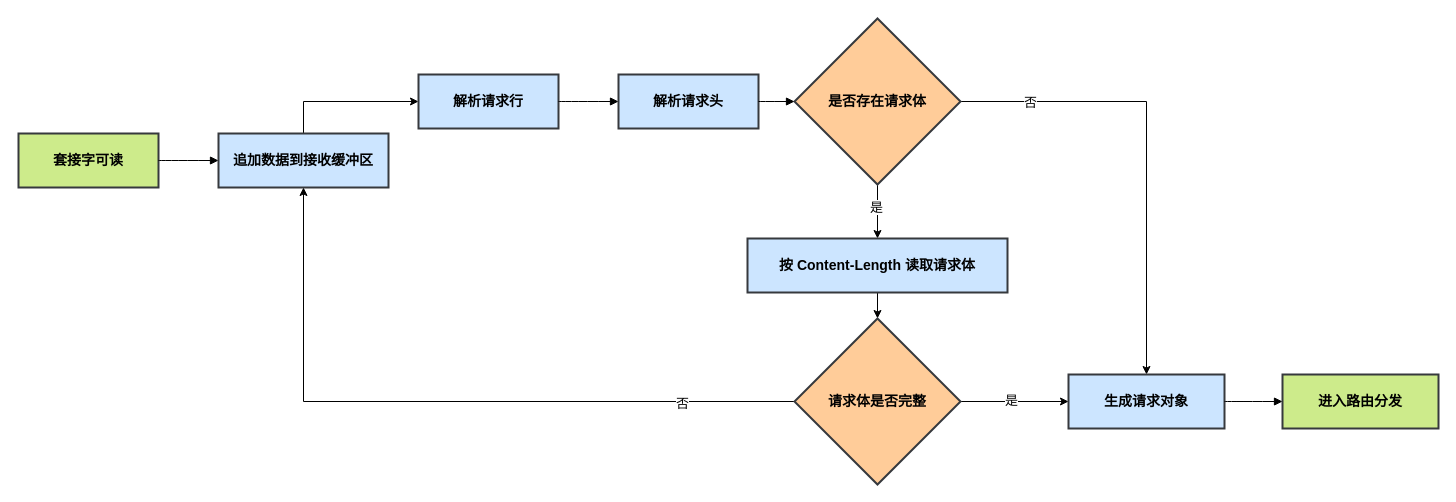
vldzyzy/special-waffle keeps this draw.io diagram as 状态机.drawio. Above is the earlier version. Source tidied: cells renumbered, new cells numbered last; positions are measured from the earlier drawing's top-left corner, leaving out a move shared by most shapes. Both pictures are drawn from the tidied source at 100%, with x=0, y=0 at pixel (18, 18).
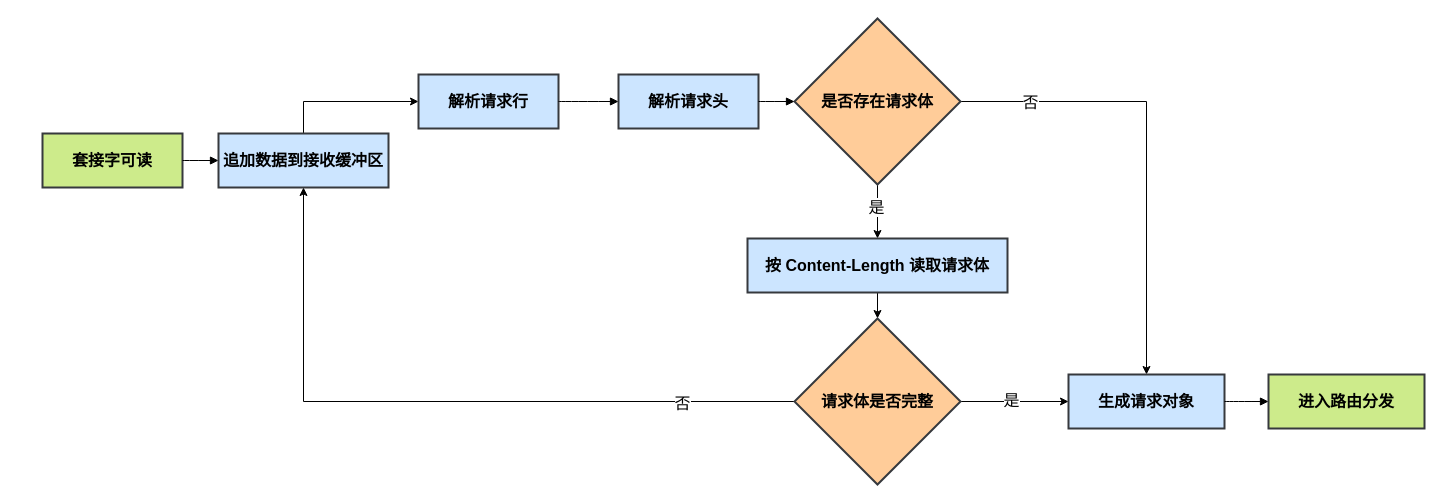
Above is the later version.

Commit message:
更新状态机.drawio

The change refers to these unchanged cells:
```xml
<mxCell id="7" style="edgeStyle=orthogonalEdgeStyle;rounded=0;jettySize=auto;html=1;exitX=0.5;exitY=1;exitDx=0;exitDy=0;entryX=0.5;entryY=0;entryDx=0;entryDy=0;" parent="1" edge="1" source="11" target="14">
  <mxGeometry relative="1" as="geometry" />
</mxCell>
<mxCell id="9" style="edgeStyle=orthogonalEdgeStyle;rounded=0;jettySize=auto;html=1;exitX=1;exitY=0.5;exitDx=0;exitDy=0;entryX=0.5;entryY=0;entryDx=0;entryDy=0;" parent="1" edge="1" source="11" target="12">
  <mxGeometry relative="1" as="geometry" />
</mxCell>
<mxCell id="15" style="edgeStyle=orthogonalEdgeStyle;rounded=0;jettySize=auto;html=1;exitX=1;exitY=0.5;exitDx=0;exitDy=0;entryX=0;entryY=0.5;entryDx=0;entryDy=0;" parent="1" edge="1" source="19" target="12">
  <mxGeometry relative="1" as="geometry" />
</mxCell>
```

Diff of the diagram source:
```diff
@@
-    <mxCell id="2" value="套接字可读" style="whiteSpace=wrap;strokeWidth=2;fillColor=#cdeb8b;strokeColor=#36393d;fontSize=14;fontStyle=1;" parent="1" vertex="1">
-      <mxGeometry y="115" width="140" height="54" as="geometry" />
+    <mxCell id="2" value="套接字可读" style="whiteSpace=wrap;strokeWidth=2;fillColor=#cdeb8b;strokeColor=#36393d;fontSize=16;fontStyle=1;" parent="1" vertex="1">
+      <mxGeometry x="24" y="115" width="140" height="54" as="geometry" />
     </mxCell>
@@
-    <mxCell id="4" value="追加数据到接收缓冲区" style="whiteSpace=wrap;strokeWidth=2;fillColor=#cce5ff;strokeColor=#36393d;fontSize=14;fontStyle=1;" parent="1" vertex="1">
+    <mxCell id="4" value="追加数据到接收缓冲区" style="whiteSpace=wrap;strokeWidth=2;fillColor=#cce5ff;strokeColor=#36393d;fontSize=16;fontStyle=1;" parent="1" vertex="1">
       <mxGeometry x="200" y="115" width="170" height="54" as="geometry" />
     </mxCell>
-    <mxCell id="5" value="解析请求行" style="whiteSpace=wrap;strokeWidth=2;fillColor=#cce5ff;strokeColor=#36393d;fontSize=14;fontStyle=1;" parent="1" vertex="1">
+    <mxCell id="5" value="解析请求行" style="whiteSpace=wrap;strokeWidth=2;fillColor=#cce5ff;strokeColor=#36393d;fontSize=16;fontStyle=1;" parent="1" vertex="1">
       <mxGeometry x="400" y="56" width="140" height="54" as="geometry" />
     </mxCell>
-    <mxCell id="6" value="解析请求头" style="whiteSpace=wrap;strokeWidth=2;fillColor=#cce5ff;strokeColor=#36393d;fontSize=14;fontStyle=1;" parent="1" vertex="1">
+    <mxCell id="6" value="解析请求头" style="whiteSpace=wrap;strokeWidth=2;fillColor=#cce5ff;strokeColor=#36393d;fontSize=16;fontStyle=1;" parent="1" vertex="1">
       <mxGeometry x="600" y="56" width="140" height="54" as="geometry" />
     </mxCell>
@@
-    <mxCell id="8" value="是" style="edgeLabel;html=1;align=center;verticalAlign=middle;fontSize=13;" parent="7" vertex="1">
+    <mxCell id="8" value="是" style="edgeLabel;html=1;align=center;verticalAlign=middle;fontSize=16;" parent="7" vertex="1">
       <mxGeometry x="-0.2" y="-2" relative="1" as="geometry" />
     </mxCell>
@@
-    <mxCell id="10" value="否" style="edgeLabel;html=1;align=center;verticalAlign=middle;fontSize=13;" parent="9" vertex="1">
+    <mxCell id="10" value="否" style="edgeLabel;html=1;align=center;verticalAlign=middle;fontSize=16;" parent="9" vertex="1">
       <mxGeometry x="-0.7" relative="1" as="geometry" />
     </mxCell>
-    <mxCell id="11" value="是否存在请求体" style="rhombus;strokeWidth=2;whiteSpace=wrap;fillColor=#ffcc99;strokeColor=#36393d;fontSize=14;fontStyle=1;" parent="1" vertex="1">
+    <mxCell id="11" value="是否存在请求体" style="rhombus;strokeWidth=2;whiteSpace=wrap;fillColor=#ffcc99;strokeColor=#36393d;fontSize=16;fontStyle=1;" parent="1" vertex="1">
       <mxGeometry x="776" width="166" height="166" as="geometry" />
     </mxCell>
-    <mxCell id="12" value="生成请求对象" style="whiteSpace=wrap;strokeWidth=2;fillColor=#cce5ff;strokeColor=#36393d;fontSize=14;fontStyle=1;" parent="1" vertex="1">
+    <mxCell id="12" value="生成请求对象" style="whiteSpace=wrap;strokeWidth=2;fillColor=#cce5ff;strokeColor=#36393d;fontSize=16;fontStyle=1;" parent="1" vertex="1">
       <mxGeometry x="1050" y="356" width="156" height="54" as="geometry" />
     </mxCell>
@@
-    <mxCell id="14" value="按 Content-Length 读取请求体" style="whiteSpace=wrap;strokeWidth=2;fillColor=#cce5ff;strokeColor=#36393d;fontSize=14;fontStyle=1;" parent="1" vertex="1">
+    <mxCell id="14" value="按 Content-Length 读取请求体" style="whiteSpace=wrap;strokeWidth=2;fillColor=#cce5ff;strokeColor=#36393d;fontSize=16;fontStyle=1;" parent="1" vertex="1">
       <mxGeometry x="729" y="220" width="260" height="54" as="geometry" />
     </mxCell>
@@
-    <mxCell id="16" value="是" style="edgeLabel;html=1;align=center;verticalAlign=middle;fontSize=13;" parent="15" vertex="1">
+    <mxCell id="16" value="是" style="edgeLabel;html=1;align=center;verticalAlign=middle;fontSize=16;" parent="15" vertex="1">
       <mxGeometry x="-0.08" y="2" relative="1" as="geometry" />
     </mxCell>
-    <mxCell id="17" style="edgeStyle=orthogonalEdgeStyle;rounded=0;jettySize=auto;html=1;exitX=0;exitY=0.5;exitDx=0;exitDy=0;entryX=0.5;entryY=1;entryDx=0;entryDy=0;curved=0;" parent="1" edge="1" source="19" target="4">
+    <mxCell id="17" style="edgeStyle=orthogonalEdgeStyle;rounded=0;jettySize=auto;html=1;exitX=0;exitY=0.5;exitDx=0;exitDy=0;entryX=0.5;entryY=1;entryDx=0;entryDy=0;curved=0;fontSize=11;" parent="1" edge="1" source="19" target="4">
       <mxGeometry relative="1" as="geometry" />
     </mxCell>
-    <mxCell id="18" value="否" style="edgeLabel;html=1;align=center;verticalAlign=middle;fontSize=13;" parent="17" vertex="1">
+    <mxCell id="18" value="否" style="edgeLabel;html=1;align=center;verticalAlign=middle;fontSize=16;" parent="17" vertex="1">
       <mxGeometry x="-0.68" y="1" relative="1" as="geometry" />
     </mxCell>
-    <mxCell id="19" value="请求体是否完整" style="rhombus;strokeWidth=2;whiteSpace=wrap;fillColor=#ffcc99;strokeColor=#36393d;fontSize=14;fontStyle=1;" parent="1" vertex="1">
+    <mxCell id="19" value="请求体是否完整" style="rhombus;strokeWidth=2;whiteSpace=wrap;fillColor=#ffcc99;strokeColor=#36393d;fontSize=16;fontStyle=1;" parent="1" vertex="1">
       <mxGeometry x="776" y="300" width="166" height="166" as="geometry" />
     </mxCell>
-    <mxCell id="20" value="进入路由分发" style="whiteSpace=wrap;strokeWidth=2;fillColor=#cdeb8b;strokeColor=#36393d;fontSize=14;fontStyle=1;" parent="1" vertex="1">
-      <mxGeometry x="1264" y="356" width="156" height="54" as="geometry" />
+    <mxCell id="20" value="进入路由分发" style="whiteSpace=wrap;strokeWidth=2;fillColor=#cdeb8b;strokeColor=#36393d;fontSize=16;fontStyle=1;" parent="1" vertex="1">
+      <mxGeometry x="1250" y="356" width="156" height="54" as="geometry" />
     </mxCell>
```
